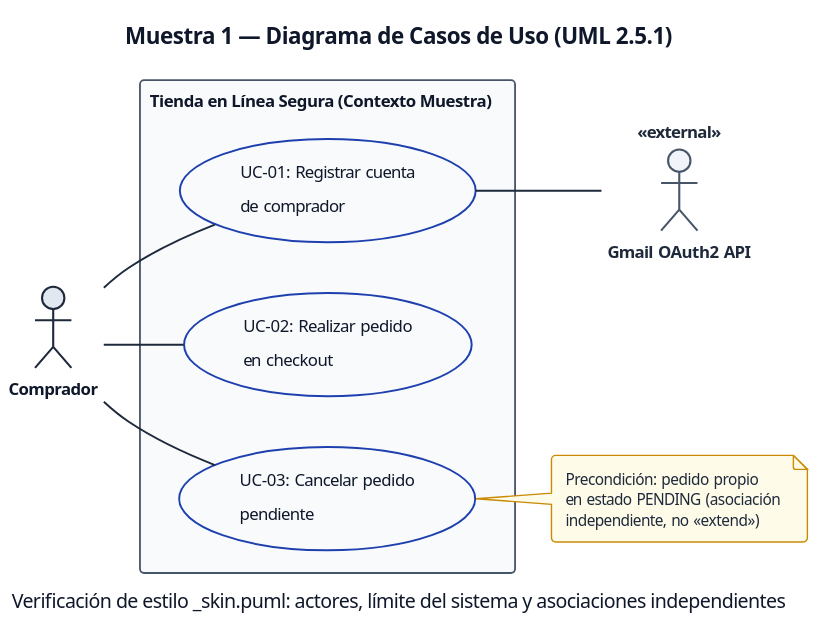
Above: docs/diagrams/_muestra/muestra_01_casos_uso.svg in maverick0322/Secure-Ecommerce-API (PlantUML), before the change.
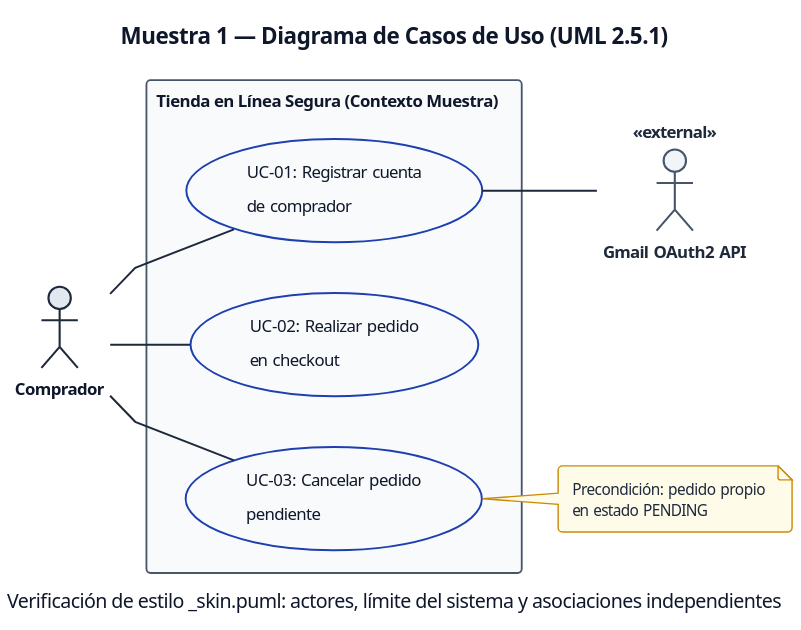
After the change.

What changed in the source:
```diff
@@ -1,5 +1,6 @@
 @startuml
 !include _skin.puml
+skinparam linetype polyline
 left to right direction
 title Muestra 1 — Diagrama de Casos de Uso (UML 2.5.1)
 caption Verificación de estilo _skin.puml: actores, límite del sistema y asociaciones independientes
@@ -15,8 +16,7 @@
 
 note right of UC_CancelOrder
   Precondición: pedido propio
-  en estado PENDING (asociación
-  independiente, no <<extend>>)
+  en estado PENDING
 end note
 
 Buyer -- UC_Register
```
